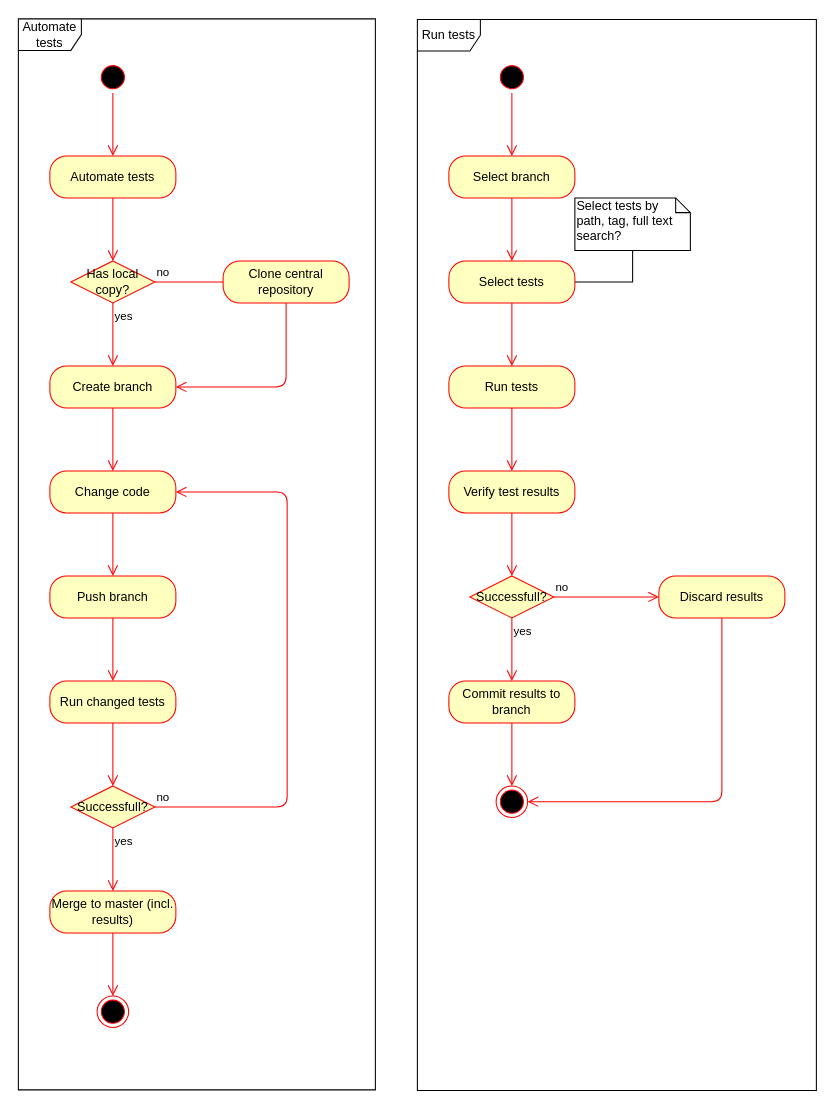
Earlier version of the draw.io diagram docs/activity.drawio (couchsoft/refineT). Source tidied: cells renumbered, new cells numbered last; positions are measured from the earlier drawing's top-left corner, leaving out a move shared by most shapes. Both pictures are drawn from the tidied source at 105%, with x=0, y=0 at pixel (18, 19).
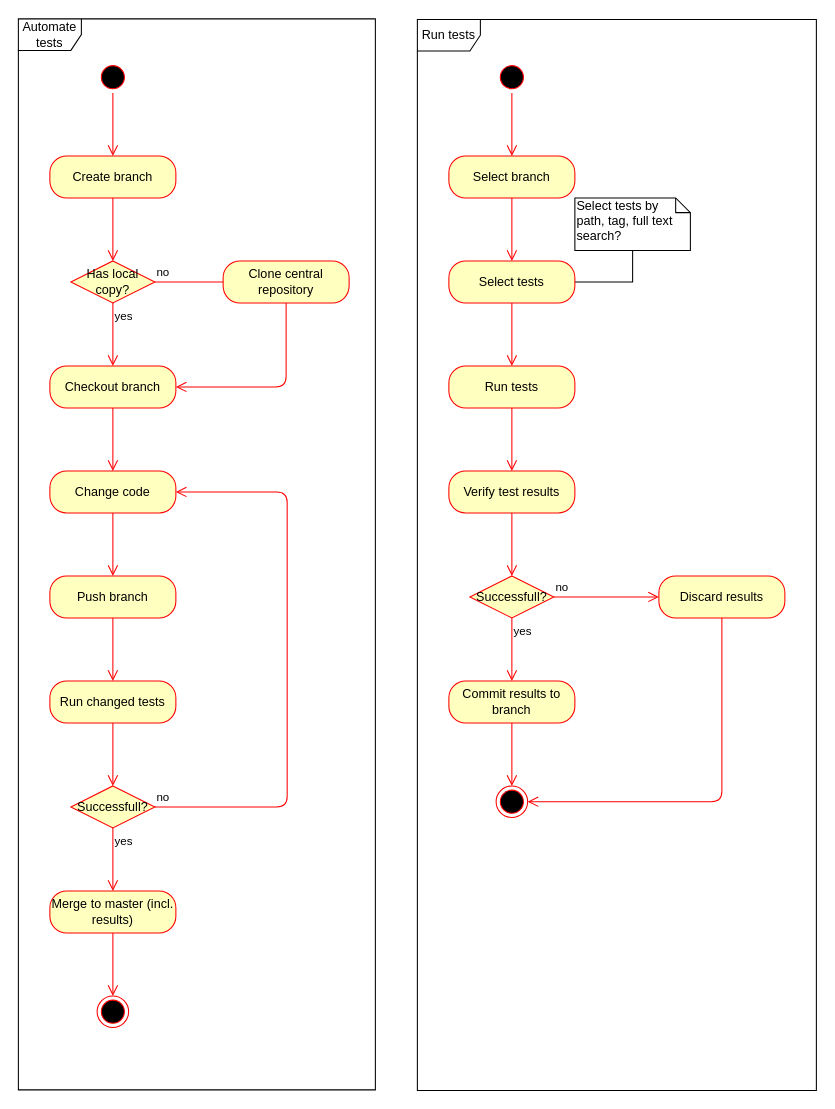
The same diagram, later.

Diff of the diagram source:
```diff
@@
-    <mxCell id="5" value="Automate tests" style="rounded=1;whiteSpace=wrap;html=1;arcSize=40;fontColor=#000000;fillColor=#ffffc0;strokeColor=#ff0000;" parent="1" vertex="1">
+    <mxCell id="5" value="Create branch" style="rounded=1;whiteSpace=wrap;html=1;arcSize=40;fontColor=#000000;fillColor=#ffffc0;strokeColor=#ff0000;" parent="1" vertex="1">
       <mxGeometry x="30" y="130" width="120" height="40" as="geometry" />
     </mxCell>
@@
-    <mxCell id="10" value="&lt;div&gt;Create branch&lt;/div&gt;" style="rounded=1;whiteSpace=wrap;html=1;arcSize=40;fontColor=#000000;fillColor=#ffffc0;strokeColor=#ff0000;" parent="1" vertex="1">
+    <mxCell id="10" value="&lt;div&gt;Checkout branch&lt;/div&gt;" style="rounded=1;whiteSpace=wrap;html=1;arcSize=40;fontColor=#000000;fillColor=#ffffc0;strokeColor=#ff0000;" parent="1" vertex="1">
       <mxGeometry x="30" y="330" width="120" height="40" as="geometry" />
     </mxCell>
```
